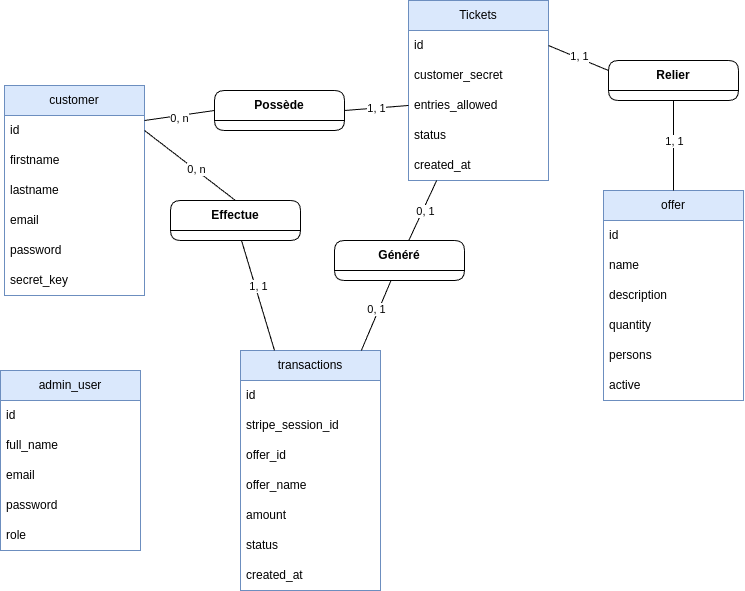
The draw.io diagram docs/mcd.png in BDoryan/studi-jo2024-backend, before a commit. Source tidied: cells renumbered, new cells last; positions are measured from the earlier drawing's top-left corner, leaving out a move shared by most shapes. The source it was exported from:
```xml
<mxGraphModel>
  <root>
    <mxCell id="0" />
    <mxCell id="1" parent="0" />
    <mxCell id="2" value="customer" style="swimlane;fontStyle=0;horizontal=1;startSize=30;whiteSpace=wrap;html=1;fillColor=#dae8fc;strokeColor=#6c8ebf;" parent="1" vertex="1">
      <mxGeometry x="4" y="85" width="140" height="210" as="geometry" />
    </mxCell>
    <mxCell id="3" value="id" style="text;strokeColor=none;fillColor=none;align=left;verticalAlign=middle;spacingLeft=4;spacingRight=4;overflow=hidden;points=[[0,0.5],[1,0.5]];portConstraint=eastwest;whiteSpace=wrap;html=1;" parent="2" vertex="1">
      <mxGeometry y="30" width="140" height="30" as="geometry" />
    </mxCell>
    <mxCell id="4" value="firstname" style="text;strokeColor=none;fillColor=none;align=left;verticalAlign=middle;spacingLeft=4;spacingRight=4;overflow=hidden;whiteSpace=wrap;html=1;" parent="2" vertex="1">
      <mxGeometry y="60" width="140" height="30" as="geometry" />
    </mxCell>
    <mxCell id="5" value="lastname&lt;span style=&quot;white-space: pre;&quot;&gt;&#9;&lt;/span&gt;" style="text;strokeColor=none;fillColor=none;align=left;verticalAlign=middle;spacingLeft=4;spacingRight=4;overflow=hidden;whiteSpace=wrap;html=1;" parent="2" vertex="1">
      <mxGeometry y="90" width="140" height="30" as="geometry" />
    </mxCell>
    <mxCell id="6" value="email" style="text;strokeColor=none;fillColor=none;align=left;verticalAlign=middle;spacingLeft=4;spacingRight=4;overflow=hidden;whiteSpace=wrap;html=1;" parent="2" vertex="1">
      <mxGeometry y="120" width="140" height="30" as="geometry" />
    </mxCell>
    <mxCell id="7" value="password" style="text;strokeColor=none;fillColor=none;align=left;verticalAlign=middle;spacingLeft=4;spacingRight=4;overflow=hidden;whiteSpace=wrap;html=1;" parent="2" vertex="1">
      <mxGeometry y="150" width="140" height="30" as="geometry" />
    </mxCell>
    <mxCell id="8" value="secret_key" style="text;strokeColor=none;fillColor=none;align=left;verticalAlign=middle;spacingLeft=4;spacingRight=4;overflow=hidden;whiteSpace=wrap;html=1;" parent="2" vertex="1">
      <mxGeometry y="180" width="140" height="30" as="geometry" />
    </mxCell>
    <mxCell id="9" value="offer" style="swimlane;fontStyle=0;horizontal=1;startSize=30;whiteSpace=wrap;html=1;fillColor=#dae8fc;strokeColor=#6c8ebf;" parent="1" vertex="1">
      <mxGeometry x="603" y="190" width="140" height="210" as="geometry" />
    </mxCell>
    <mxCell id="10" value="id" style="text;strokeColor=none;fillColor=none;align=left;verticalAlign=middle;spacingLeft=4;spacingRight=4;overflow=hidden;whiteSpace=wrap;html=1;" parent="9" vertex="1">
      <mxGeometry y="30" width="140" height="30" as="geometry" />
    </mxCell>
    <mxCell id="11" value="name" style="text;strokeColor=none;fillColor=none;align=left;verticalAlign=middle;spacingLeft=4;spacingRight=4;overflow=hidden;whiteSpace=wrap;html=1;" parent="9" vertex="1">
      <mxGeometry y="60" width="140" height="30" as="geometry" />
    </mxCell>
    <mxCell id="12" value="description" style="text;strokeColor=none;fillColor=none;align=left;verticalAlign=middle;spacingLeft=4;spacingRight=4;overflow=hidden;whiteSpace=wrap;html=1;" parent="9" vertex="1">
      <mxGeometry y="90" width="140" height="30" as="geometry" />
    </mxCell>
    <mxCell id="13" value="quantity" style="text;strokeColor=none;fillColor=none;align=left;verticalAlign=middle;spacingLeft=4;spacingRight=4;overflow=hidden;whiteSpace=wrap;html=1;" parent="9" vertex="1">
      <mxGeometry y="120" width="140" height="30" as="geometry" />
    </mxCell>
    <mxCell id="14" value="persons" style="text;strokeColor=none;fillColor=none;align=left;verticalAlign=middle;spacingLeft=4;spacingRight=4;overflow=hidden;whiteSpace=wrap;html=1;" parent="9" vertex="1">
      <mxGeometry y="150" width="140" height="30" as="geometry" />
    </mxCell>
    <mxCell id="15" value="active" style="text;strokeColor=none;fillColor=none;align=left;verticalAlign=middle;spacingLeft=4;spacingRight=4;overflow=hidden;whiteSpace=wrap;html=1;" parent="9" vertex="1">
      <mxGeometry y="180" width="140" height="30" as="geometry" />
    </mxCell>
    <mxCell id="16" value="Tickets" style="swimlane;fontStyle=0;horizontal=1;startSize=30;whiteSpace=wrap;html=1;fillColor=#dae8fc;strokeColor=#6c8ebf;" parent="1" vertex="1">
      <mxGeometry x="408" width="140" height="180" as="geometry" />
    </mxCell>
    <mxCell id="17" value="id" style="text;strokeColor=none;fillColor=none;align=left;verticalAlign=middle;spacingLeft=4;spacingRight=4;overflow=hidden;points=[[0,0.5],[1,0.5]];portConstraint=eastwest;whiteSpace=wrap;html=1;" parent="16" vertex="1">
      <mxGeometry y="30" width="140" height="30" as="geometry" />
    </mxCell>
    <mxCell id="18" value="customer_secret" style="text;strokeColor=none;fillColor=none;align=left;verticalAlign=middle;spacingLeft=4;spacingRight=4;overflow=hidden;whiteSpace=wrap;html=1;" parent="16" vertex="1">
      <mxGeometry y="60" width="140" height="30" as="geometry" />
    </mxCell>
    <mxCell id="19" value="entries_allowed" style="text;strokeColor=none;fillColor=none;align=left;verticalAlign=middle;spacingLeft=4;spacingRight=4;overflow=hidden;points=[[0,0.5],[1,0.5]];portConstraint=eastwest;whiteSpace=wrap;html=1;" parent="16" vertex="1">
      <mxGeometry y="90" width="140" height="30" as="geometry" />
    </mxCell>
    <mxCell id="20" value="status" style="text;strokeColor=none;fillColor=none;align=left;verticalAlign=middle;spacingLeft=4;spacingRight=4;overflow=hidden;whiteSpace=wrap;html=1;" parent="16" vertex="1">
      <mxGeometry y="120" width="140" height="30" as="geometry" />
    </mxCell>
    <mxCell id="21" value="created_at" style="text;strokeColor=none;fillColor=none;align=left;verticalAlign=middle;spacingLeft=4;spacingRight=4;overflow=hidden;whiteSpace=wrap;html=1;" parent="16" vertex="1">
      <mxGeometry y="150" width="140" height="30" as="geometry" />
    </mxCell>
    <mxCell id="22" value="transactions" style="swimlane;fontStyle=0;horizontal=1;startSize=30;whiteSpace=wrap;html=1;fillColor=#dae8fc;strokeColor=#6c8ebf;" parent="1" vertex="1">
      <mxGeometry x="240" y="350" width="140" height="240" as="geometry" />
    </mxCell>
    <mxCell id="23" value="id" style="text;strokeColor=none;fillColor=none;align=left;verticalAlign=middle;spacingLeft=4;spacingRight=4;overflow=hidden;whiteSpace=wrap;html=1;" parent="22" vertex="1">
      <mxGeometry y="30" width="140" height="30" as="geometry" />
    </mxCell>
    <mxCell id="24" value="stripe_session_id" style="text;strokeColor=none;fillColor=none;align=left;verticalAlign=middle;spacingLeft=4;spacingRight=4;overflow=hidden;whiteSpace=wrap;html=1;" parent="22" vertex="1">
      <mxGeometry y="60" width="140" height="30" as="geometry" />
    </mxCell>
    <mxCell id="25" value="offer_id" style="text;strokeColor=none;fillColor=none;align=left;verticalAlign=middle;spacingLeft=4;spacingRight=4;overflow=hidden;whiteSpace=wrap;html=1;" parent="22" vertex="1">
      <mxGeometry y="90" width="140" height="30" as="geometry" />
    </mxCell>
    <mxCell id="26" value="offer_name" style="text;strokeColor=none;fillColor=none;align=left;verticalAlign=middle;spacingLeft=4;spacingRight=4;overflow=hidden;whiteSpace=wrap;html=1;" parent="22" vertex="1">
      <mxGeometry y="120" width="140" height="30" as="geometry" />
    </mxCell>
    <mxCell id="27" value="amount" style="text;strokeColor=none;fillColor=none;align=left;verticalAlign=middle;spacingLeft=4;spacingRight=4;overflow=hidden;whiteSpace=wrap;html=1;" parent="22" vertex="1">
      <mxGeometry y="150" width="140" height="30" as="geometry" />
    </mxCell>
    <mxCell id="28" value="status" style="text;strokeColor=none;fillColor=none;align=left;verticalAlign=middle;spacingLeft=4;spacingRight=4;overflow=hidden;whiteSpace=wrap;html=1;" parent="22" vertex="1">
      <mxGeometry y="180" width="140" height="30" as="geometry" />
    </mxCell>
    <mxCell id="29" value="created_at" style="text;strokeColor=none;fillColor=none;align=left;verticalAlign=middle;spacingLeft=4;spacingRight=4;overflow=hidden;whiteSpace=wrap;html=1;" parent="22" vertex="1">
      <mxGeometry y="210" width="140" height="30" as="geometry" />
    </mxCell>
    <mxCell id="30" value="admin_user" style="swimlane;fontStyle=0;horizontal=1;startSize=30;whiteSpace=wrap;html=1;fillColor=#dae8fc;strokeColor=#6c8ebf;" parent="1" vertex="1">
      <mxGeometry y="370" width="140" height="180" as="geometry" />
    </mxCell>
    <mxCell id="31" value="id" style="text;strokeColor=none;fillColor=none;align=left;verticalAlign=middle;spacingLeft=4;spacingRight=4;overflow=hidden;whiteSpace=wrap;html=1;" parent="30" vertex="1">
      <mxGeometry y="30" width="140" height="30" as="geometry" />
    </mxCell>
    <mxCell id="32" value="full_name" style="text;strokeColor=none;fillColor=none;align=left;verticalAlign=middle;spacingLeft=4;spacingRight=4;overflow=hidden;whiteSpace=wrap;html=1;" parent="30" vertex="1">
      <mxGeometry y="60" width="140" height="30" as="geometry" />
    </mxCell>
    <mxCell id="33" value="email" style="text;strokeColor=none;fillColor=none;align=left;verticalAlign=middle;spacingLeft=4;spacingRight=4;overflow=hidden;whiteSpace=wrap;html=1;" parent="30" vertex="1">
      <mxGeometry y="90" width="140" height="30" as="geometry" />
    </mxCell>
    <mxCell id="34" value="password" style="text;strokeColor=none;fillColor=none;align=left;verticalAlign=middle;spacingLeft=4;spacingRight=4;overflow=hidden;whiteSpace=wrap;html=1;" parent="30" vertex="1">
      <mxGeometry y="120" width="140" height="30" as="geometry" />
    </mxCell>
    <mxCell id="35" value="role" style="text;strokeColor=none;fillColor=none;align=left;verticalAlign=middle;spacingLeft=4;spacingRight=4;overflow=hidden;whiteSpace=wrap;html=1;" parent="30" vertex="1">
      <mxGeometry y="150" width="140" height="30" as="geometry" />
    </mxCell>
    <mxCell id="36" style="rounded=0;jettySize=auto;html=1;entryX=0;entryY=0.5;entryDx=0;entryDy=0;endArrow=none;startFill=0;exitX=1;exitY=0.5;exitDx=0;exitDy=0;" parent="1" edge="1" source="40" target="19">
      <mxGeometry relative="1" as="geometry" />
    </mxCell>
    <mxCell id="37" value="1, 1" style="edgeLabel;html=1;align=center;verticalAlign=middle;" parent="36" vertex="1">
      <mxGeometry x="0.01" relative="1" as="geometry" />
    </mxCell>
    <mxCell id="38" style="rounded=0;jettySize=auto;html=1;entryX=0;entryY=0.5;entryDx=0;entryDy=0;endArrow=none;startFill=0;" parent="1" edge="1" source="3" target="40">
      <mxGeometry relative="1" as="geometry" />
    </mxCell>
    <mxCell id="39" value="0, n" style="edgeLabel;html=1;align=center;verticalAlign=middle;" parent="38" vertex="1">
      <mxGeometry x="-0.05" y="-2" relative="1" as="geometry" />
    </mxCell>
    <mxCell id="40" value="&lt;b&gt;Possède&lt;/b&gt;" style="swimlane;fontStyle=0;horizontal=1;startSize=30;whiteSpace=wrap;html=1;rounded=1;" parent="1" vertex="1">
      <mxGeometry x="214" y="90" width="130" height="40" as="geometry" />
    </mxCell>
    <mxCell id="41" value="&lt;b&gt;Relier&lt;/b&gt;" style="swimlane;fontStyle=0;horizontal=1;startSize=30;whiteSpace=wrap;html=1;rounded=1;" parent="1" vertex="1">
      <mxGeometry x="608" y="60" width="130" height="40" as="geometry" />
    </mxCell>
    <mxCell id="42" style="rounded=0;jettySize=auto;html=1;exitX=1;exitY=0.5;exitDx=0;exitDy=0;entryX=0;entryY=0.25;entryDx=0;entryDy=0;endArrow=none;endFill=0;startFill=0;" parent="1" edge="1" source="17" target="41">
      <mxGeometry relative="1" as="geometry" />
    </mxCell>
    <mxCell id="43" value="1, 1" style="edgeLabel;html=1;align=center;verticalAlign=middle;" parent="42" vertex="1">
      <mxGeometry x="-0.04" y="2" relative="1" as="geometry" />
    </mxCell>
    <mxCell id="44" style="rounded=0;jettySize=auto;html=1;entryX=0.5;entryY=0;entryDx=0;entryDy=0;exitX=0.5;exitY=1;exitDx=0;exitDy=0;endArrow=none;startFill=0;" parent="1" edge="1" source="41" target="9">
      <mxGeometry relative="1" as="geometry" />
    </mxCell>
    <mxCell id="45" value="1, 1" style="edgeLabel;html=1;align=center;verticalAlign=middle;" parent="44" vertex="1">
      <mxGeometry x="-0.11" relative="1" as="geometry" />
    </mxCell>
    <mxCell id="46" style="rounded=0;jettySize=auto;html=1;endArrow=none;startFill=0;" parent="1" edge="1" source="48" target="22">
      <mxGeometry relative="1" as="geometry" />
    </mxCell>
    <mxCell id="47" value="1, 1" style="edgeLabel;html=1;align=center;verticalAlign=middle;" parent="46" vertex="1">
      <mxGeometry x="-0.12" y="2" relative="1" as="geometry">
        <mxPoint y="-2" as="offset" />
      </mxGeometry>
    </mxCell>
    <mxCell id="48" value="&lt;b&gt;Effectue&lt;/b&gt;" style="swimlane;fontStyle=0;horizontal=1;startSize=30;whiteSpace=wrap;html=1;rounded=1;" parent="1" vertex="1">
      <mxGeometry x="170" y="200" width="130" height="40" as="geometry" />
    </mxCell>
    <mxCell id="49" style="rounded=0;jettySize=auto;html=1;endArrow=none;startFill=0;" parent="1" edge="1" source="53" target="16">
      <mxGeometry relative="1" as="geometry" />
    </mxCell>
    <mxCell id="50" value="0, 1" style="edgeLabel;html=1;align=center;verticalAlign=middle;" parent="49" vertex="1">
      <mxGeometry x="-0.01" y="-2" relative="1" as="geometry">
        <mxPoint y="-1" as="offset" />
      </mxGeometry>
    </mxCell>
    <mxCell id="51" style="rounded=0;jettySize=auto;html=1;endArrow=none;startFill=0;" parent="1" edge="1" source="53" target="22">
      <mxGeometry relative="1" as="geometry" />
    </mxCell>
    <mxCell id="52" value="0, 1" style="edgeLabel;html=1;align=center;verticalAlign=middle;" parent="51" vertex="1">
      <mxGeometry x="-0.16" y="-3" relative="1" as="geometry" />
    </mxCell>
    <mxCell id="53" value="&lt;b&gt;Généré&lt;/b&gt;" style="swimlane;fontStyle=0;horizontal=1;startSize=30;whiteSpace=wrap;html=1;rounded=1;" parent="1" vertex="1">
      <mxGeometry x="334" y="240" width="130" height="40" as="geometry" />
    </mxCell>
    <mxCell id="54" style="rounded=0;jettySize=auto;html=1;entryX=0.5;entryY=0;entryDx=0;entryDy=0;endArrow=none;startFill=0;exitX=1;exitY=0.5;exitDx=0;exitDy=0;" parent="1" edge="1" source="3" target="48">
      <mxGeometry relative="1" as="geometry" />
    </mxCell>
    <mxCell id="55" value="0, n" style="edgeLabel;html=1;align=center;verticalAlign=middle;" parent="54" vertex="1">
      <mxGeometry x="0.1" y="1" relative="1" as="geometry" />
    </mxCell>
  </root>
</mxGraphModel>
```
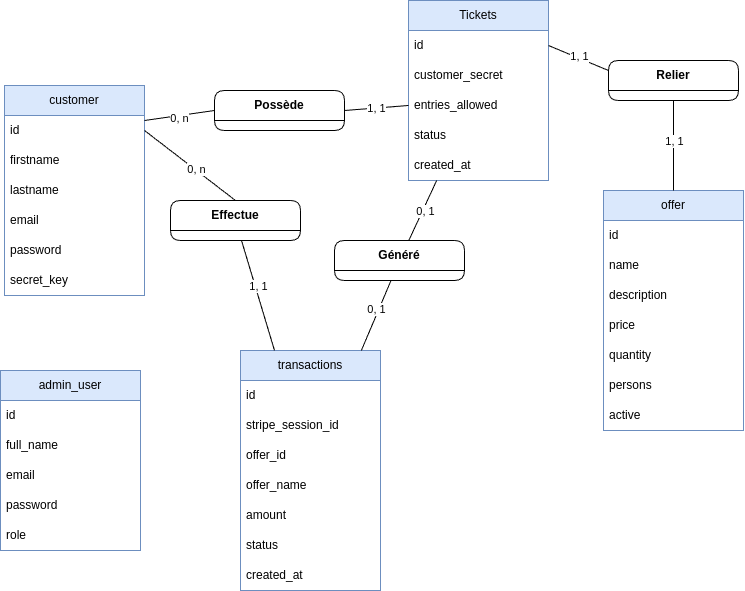
After the commit.

Commit message:
docs(readme): update the schema of the mcd

What changed in the source:
```diff
@@ -24,7 +24,7 @@
       <mxGeometry y="180" width="140" height="30" as="geometry" />
     </mxCell>
     <mxCell id="9" value="offer" style="swimlane;fontStyle=0;horizontal=1;startSize=30;whiteSpace=wrap;html=1;fillColor=#dae8fc;strokeColor=#6c8ebf;" parent="1" vertex="1">
-      <mxGeometry x="603" y="190" width="140" height="210" as="geometry" />
+      <mxGeometry x="603" y="190" width="140" height="240" as="geometry" />
     </mxCell>
     <mxCell id="10" value="id" style="text;strokeColor=none;fillColor=none;align=left;verticalAlign=middle;spacingLeft=4;spacingRight=4;overflow=hidden;whiteSpace=wrap;html=1;" parent="9" vertex="1">
       <mxGeometry y="30" width="140" height="30" as="geometry" />
@@ -35,14 +35,17 @@
     <mxCell id="12" value="description" style="text;strokeColor=none;fillColor=none;align=left;verticalAlign=middle;spacingLeft=4;spacingRight=4;overflow=hidden;whiteSpace=wrap;html=1;" parent="9" vertex="1">
       <mxGeometry y="90" width="140" height="30" as="geometry" />
     </mxCell>
+    <mxCell id="56" value="price" style="text;strokeColor=none;fillColor=none;align=left;verticalAlign=middle;spacingLeft=4;spacingRight=4;overflow=hidden;whiteSpace=wrap;html=1;" parent="9" vertex="1">
+      <mxGeometry y="120" width="140" height="30" as="geometry" />
+    </mxCell>
     <mxCell id="13" value="quantity" style="text;strokeColor=none;fillColor=none;align=left;verticalAlign=middle;spacingLeft=4;spacingRight=4;overflow=hidden;whiteSpace=wrap;html=1;" parent="9" vertex="1">
-      <mxGeometry y="120" width="140" height="30" as="geometry" />
+      <mxGeometry y="150" width="140" height="30" as="geometry" />
     </mxCell>
     <mxCell id="14" value="persons" style="text;strokeColor=none;fillColor=none;align=left;verticalAlign=middle;spacingLeft=4;spacingRight=4;overflow=hidden;whiteSpace=wrap;html=1;" parent="9" vertex="1">
-      <mxGeometry y="150" width="140" height="30" as="geometry" />
+      <mxGeometry y="180" width="140" height="30" as="geometry" />
     </mxCell>
     <mxCell id="15" value="active" style="text;strokeColor=none;fillColor=none;align=left;verticalAlign=middle;spacingLeft=4;spacingRight=4;overflow=hidden;whiteSpace=wrap;html=1;" parent="9" vertex="1">
-      <mxGeometry y="180" width="140" height="30" as="geometry" />
+      <mxGeometry y="210" width="140" height="30" as="geometry" />
     </mxCell>
     <mxCell id="16" value="Tickets" style="swimlane;fontStyle=0;horizontal=1;startSize=30;whiteSpace=wrap;html=1;fillColor=#dae8fc;strokeColor=#6c8ebf;" parent="1" vertex="1">
       <mxGeometry x="408" width="140" height="180" as="geometry" />
```
